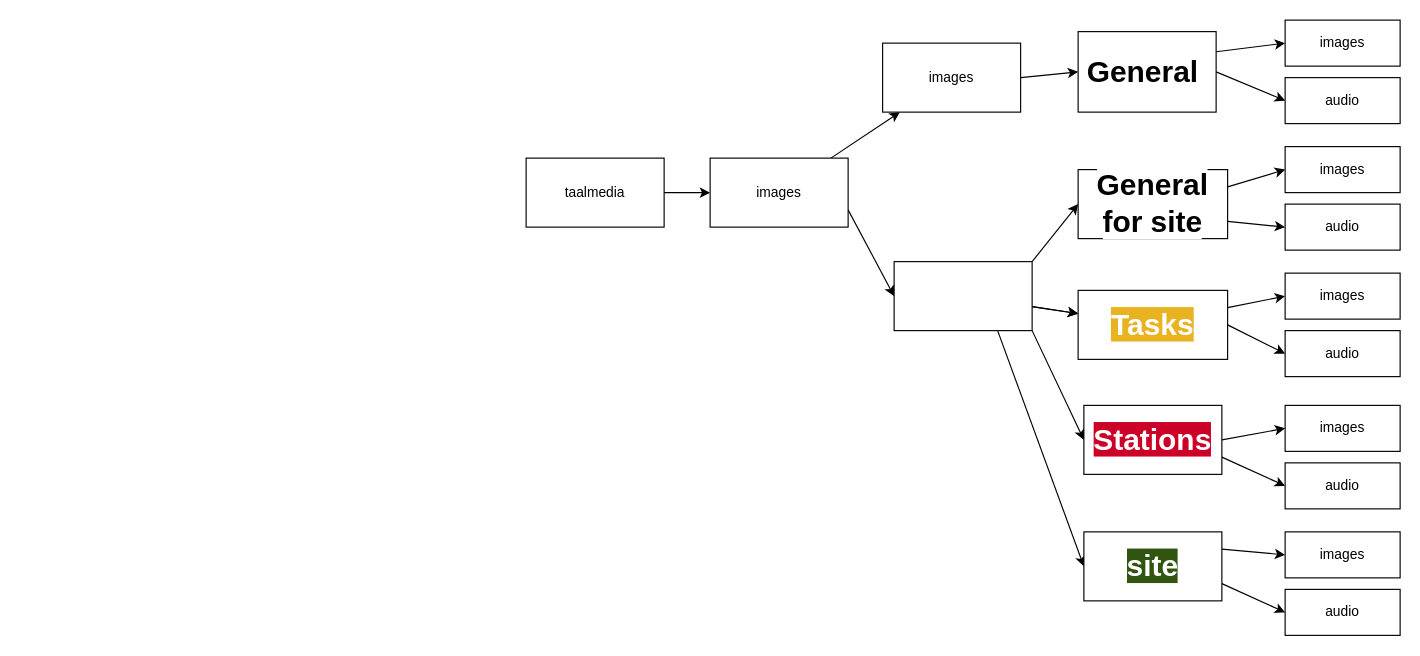
The draw.io diagram src/Gallery.drawio in TAAL-Company/TAAL-Planner, before the edit. Source tidied: cells renumbered, new cells numbered last; positions are measured from the earlier drawing's top-left corner, leaving out a move shared by most shapes. Both pictures are drawn from the tidied source at 115%, with x=0, y=0 at pixel (526, 20).
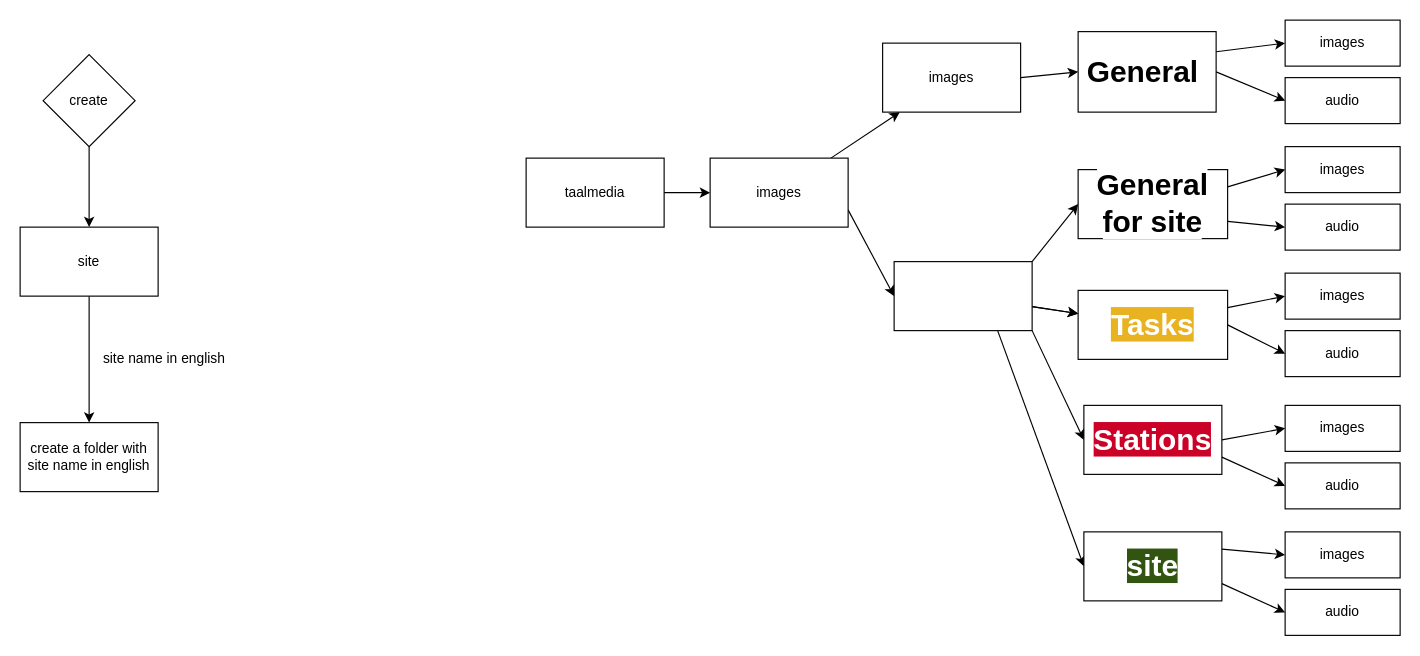
The same page after the edit.

Commit message (it also covers changes not shown here):
Add Explanation about gallery,login,dashboard

What changed in the source:
```diff
@@
+    <mxCell id="40" style="edgeStyle=none;html=1;exitX=0.5;exitY=1;exitDx=0;exitDy=0;" parent="1" edge="1" source="41" target="44">
+      <mxGeometry relative="1" as="geometry" />
+    </mxCell>
+    <mxCell id="41" value="site" style="whiteSpace=wrap;html=1;" parent="1" vertex="1">
+      <mxGeometry x="-440" y="180" width="120" height="60" as="geometry" />
+    </mxCell>
+    <mxCell id="42" style="edgeStyle=none;html=1;exitX=0.5;exitY=1;exitDx=0;exitDy=0;" parent="1" edge="1" source="43" target="41">
+      <mxGeometry relative="1" as="geometry" />
+    </mxCell>
+    <mxCell id="43" value="create" style="rhombus;whiteSpace=wrap;html=1;" parent="1" vertex="1">
+      <mxGeometry x="-420" y="30" width="80" height="80" as="geometry" />
+    </mxCell>
+    <mxCell id="44" value="create a folder with site name in english" style="whiteSpace=wrap;html=1;" parent="1" vertex="1">
+      <mxGeometry x="-440" y="350" width="120" height="60" as="geometry" />
+    </mxCell>
+    <mxCell id="45" value="site name in english" style="text;html=1;align=center;verticalAlign=middle;strokeColor=none;fillColor=none;" parent="1" vertex="1">
+      <mxGeometry x="-380" y="280" width="130" height="30" as="geometry" />
+    </mxCell>
```
